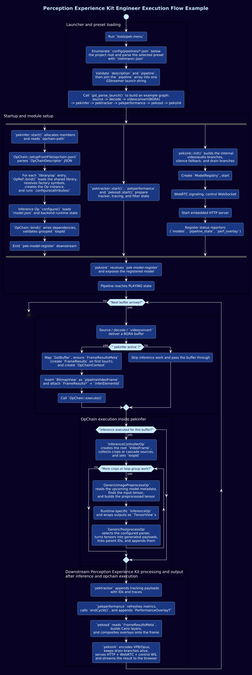
The PlantUML diagram docs/public/static/img/execution-flow.png in arm/open-perception-kit, before a commit.
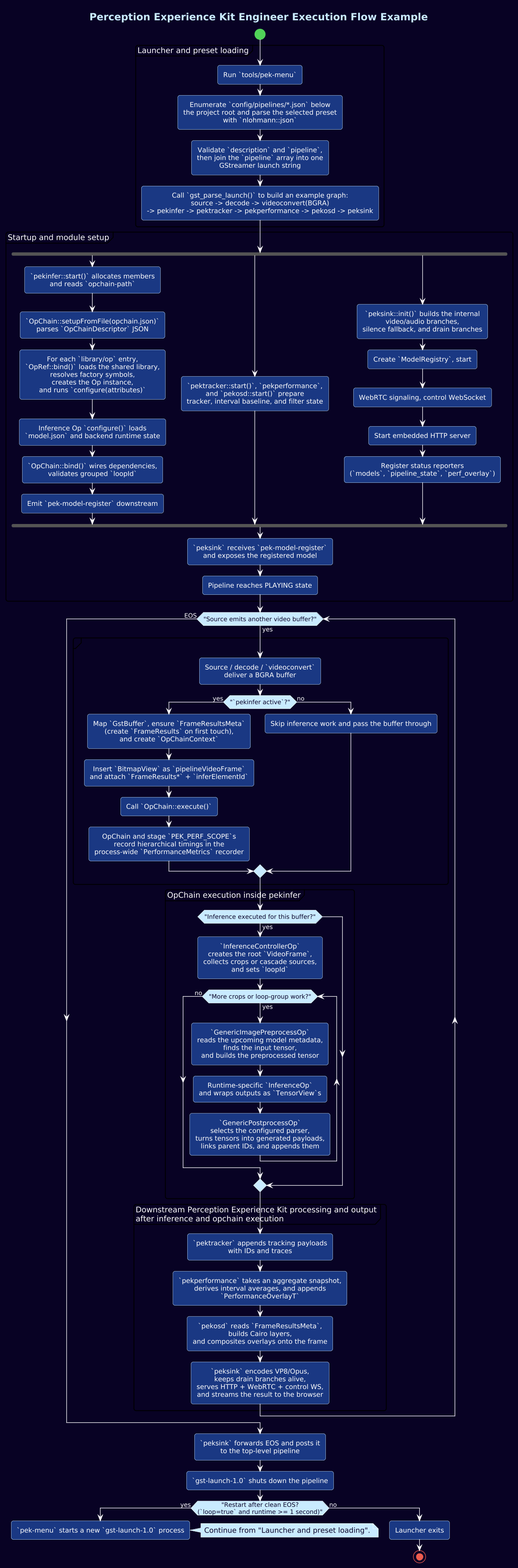
The same diagram one commit later.

Commit message:
Document consolidated performance metrics Task: EXPKITS-1282

What changed in the source:
```diff
@@ -1,5 +1,21 @@
 @startuml
 !include pek-style.puml
+
+skinparam dpi 120
+<style>
+activityDiagram {
+  circle {
+    start {
+      BackgroundColor #51D358
+      LineColor #51D358
+    }
+    stop {
+      BackgroundColor #EC5C4F
+      LineColor #EC5C4F
+    }
+  }
+}
+</style>
 
 title Perception Experience Kit Engineer Execution Flow Example
 
@@ -21,7 +37,7 @@
     :`OpChain::bind()` wires dependencies,\nvalidates grouped `loopId`;
     :Emit `pek-model-register` downstream;
   fork again
-    :`pektracker::start()`, `pekperformance`,\nand `pekosd::start()` prepare\ntracker, tracing, and filter state;
+    :`pektracker::start()`, `pekperformance`,\nand `pekosd::start()` prepare\ntracker, interval baseline, and filter state;
   fork again
     :`peksink::init()` builds the internal\nvideo/audio branches,\nsilence fallback, and drain branches;
     :Create `ModelRegistry`, start;
@@ -33,13 +49,14 @@
   :Pipeline reaches PLAYING state;
 }
 
-while ("Next buffer arrives?") is (yes)
+while ("Source emits another video buffer?") is (yes)
   partition "" {
     :Source / decode / `videoconvert`\ndeliver a BGRA buffer;
     if ("`pekinfer active`?") then (yes)
       :Map `GstBuffer`, ensure `FrameResultsMeta`\n(create `FrameResults` on first touch),\nand create `OpChainContext`;
       :Insert `BitmapView` as `pipelineVideoFrame`\nand attach `FrameResults*` + `inferElementId`;
       :Call `OpChain::execute()`;
+      :OpChain and stage `PEK_PERF_SCOPE`s\nrecord hierarchical timings in the\nprocess-wide `PerformanceMetrics` recorder;
     else (no)
       :Skip inference work and pass the buffer through;
     endif
@@ -58,11 +75,22 @@
 
   partition "Downstream Perception Experience Kit processing and output\nafter inference and opchain execution" {
     :`pektracker` appends tracking payloads\nwith IDs and traces;
-    :`pekperformance` refreshes metrics,\ncalls `endCycle()`, and appends `PerformanceOverlayT`;
+    :`pekperformance` takes an aggregate snapshot,\nderives interval averages, and appends\n`PerformanceOverlayT`;
     :`pekosd` reads `FrameResultsMeta`,\nbuilds Cairo layers,\nand composites overlays onto the frame;
     :`peksink` encodes VP8/Opus,\nkeeps drain branches alive,\nserves HTTP + WebRTC + control WS,\nand streams the result to the browser;
   }
-endwhile (no)
+endwhile (EOS)
 
-stop
+:`peksink` forwards EOS and posts it\nto the top-level pipeline;
+:`gst-launch-1.0` shuts down the pipeline;
+if ("Restart after clean EOS?\n(`loop=true` and runtime >= 1 second)") then (yes)
+  :`pek-menu` starts a new `gst-launch-1.0` process;
+  note right
+    Continue from "Launcher and preset loading".
+  end note
+  detach
+else (no)
+  :Launcher exits;
+  stop
+endif
 @enduml
```
